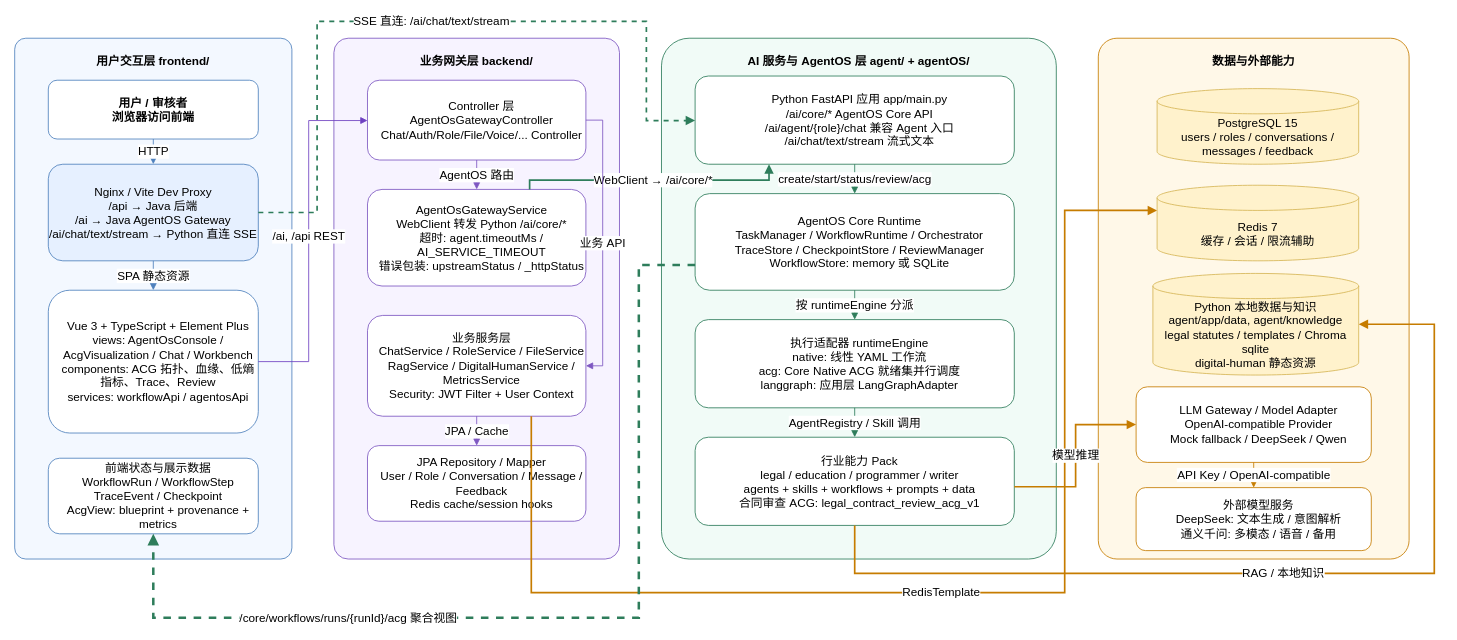
The draw.io diagram docs/02-架构设计/figures/知弈_系统架构.drawio in zongxi-Li/zhiyi-AgentOS, before the edit. Source tidied: cells renumbered, new cells numbered last; positions are measured from the earlier drawing's top-left corner, leaving out a move shared by most shapes. Both pictures are drawn from the tidied source at 84%, with x=0, y=0 at pixel (14, 21).
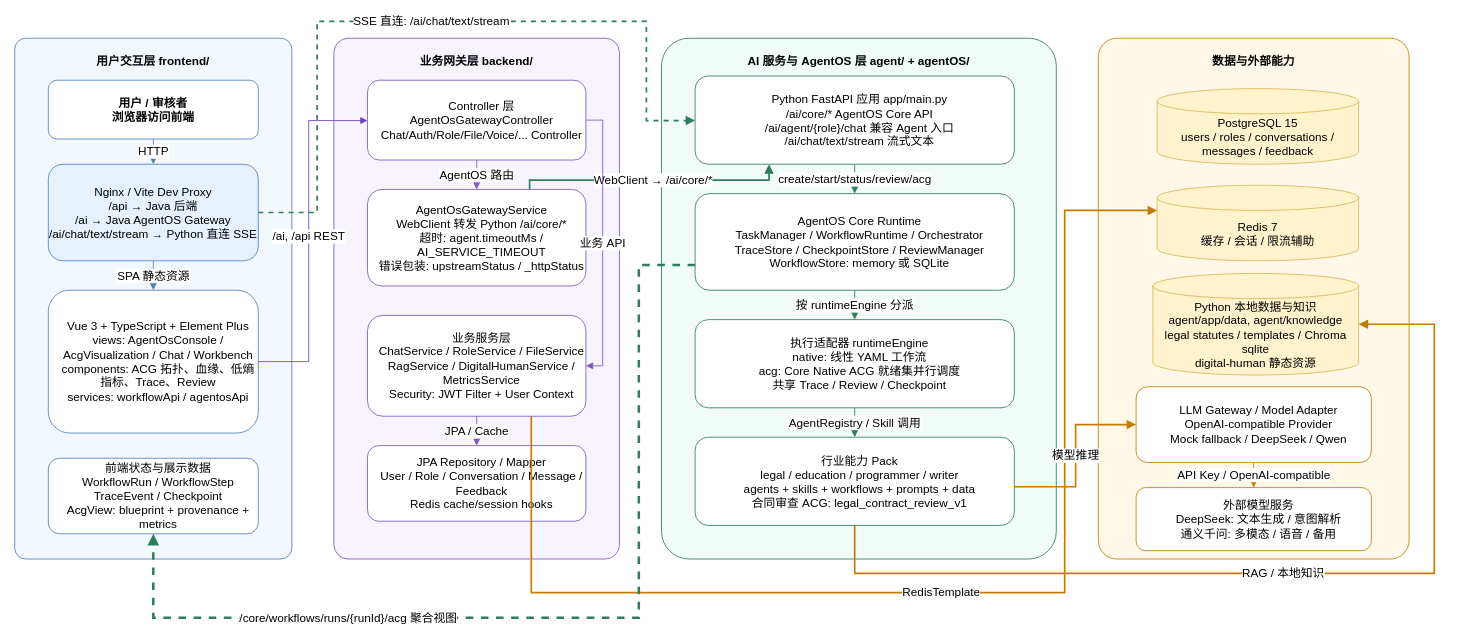
After the change.

The edit, as a diff of the source:
```diff
@@
-    <mxCell id="16" value="执行适配器 runtimeEngine&#10;native: 线性 YAML 工作流&#10;acg: Core Native ACG 就绪集并行调度&#10;langgraph: 应用层 LangGraphAdapter" style="rounded=1;whiteSpace=wrap;html=1;fillColor=#ffffff;strokeColor=#2e7d5b;fontSize=14;align=center;spacingLeft=12;" parent="1" vertex="1">
+    <mxCell id="16" value="执行适配器 runtimeEngine&#10;native: 线性 YAML 工作流&#10;acg: Core Native ACG 就绪集并行调度&#10;共享 Trace / Review / Checkpoint" style="rounded=1;whiteSpace=wrap;html=1;fillColor=#ffffff;strokeColor=#2e7d5b;fontSize=14;align=center;spacingLeft=12;" parent="1" vertex="1">
       <mxGeometry x="810" y="355" width="380" height="105" as="geometry" />
     </mxCell>
-    <mxCell id="17" value="行业能力 Pack&#10;legal / education / programmer / writer&#10;agents + skills + workflows + prompts + data&#10;合同审查 ACG: legal_contract_review_acg_v1" style="rounded=1;whiteSpace=wrap;html=1;fillColor=#ffffff;strokeColor=#2e7d5b;fontSize=14;align=center;spacingLeft=12;" parent="1" vertex="1">
+    <mxCell id="17" value="行业能力 Pack&#10;legal / education / programmer / writer&#10;agents + skills + workflows + prompts + data&#10;合同审查 ACG: legal_contract_review_v1" style="rounded=1;whiteSpace=wrap;html=1;fillColor=#ffffff;strokeColor=#2e7d5b;fontSize=14;align=center;spacingLeft=12;" parent="1" vertex="1">
       <mxGeometry x="810" y="495" width="380" height="105" as="geometry" />
     </mxCell>
```
